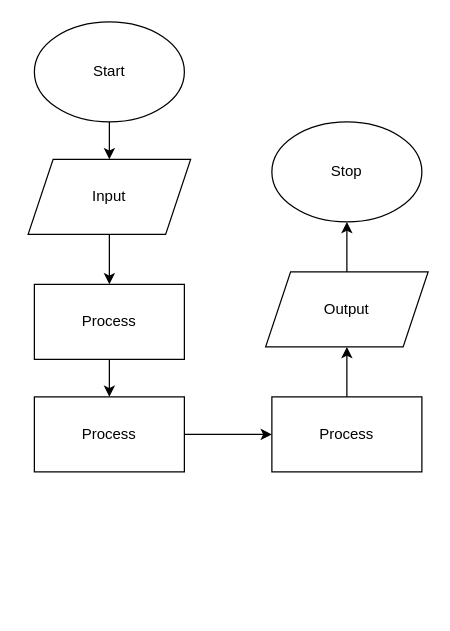
The draw.io diagram flowchart.drawio in Aleksandr-Ten/ICS3U-Assignment-2-Python, before the edit. Source tidied: cells renumbered, new cells numbered last; positions are measured from the earlier drawing's top-left corner, leaving out a move shared by most shapes. Both pictures are drawn from the tidied source at 125%, with x=0, y=0 at pixel (28, 21).
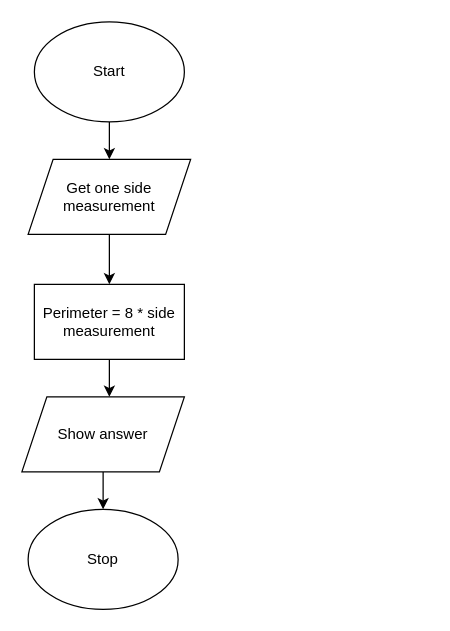
Above is the later version.

Change to the diagram source:
```diff
@@
 <mxGraphModel>
   <root>
     <mxCell id="0" />
     <mxCell id="1" parent="0" />
     <mxCell id="2" style="edgeStyle=none;html=1;exitX=0.5;exitY=1;exitDx=0;exitDy=0;" parent="1" edge="1" source="3" target="5">
       <mxGeometry relative="1" as="geometry" />
     </mxCell>
     <mxCell id="3" value="Start" style="ellipse;whiteSpace=wrap;html=1;" parent="1" vertex="1">
       <mxGeometry x="5" width="120" height="80" as="geometry" />
     </mxCell>
     <mxCell id="4" style="edgeStyle=none;html=1;exitX=0.5;exitY=1;exitDx=0;exitDy=0;entryX=0.5;entryY=0;entryDx=0;entryDy=0;" parent="1" edge="1" source="5" target="7">
       <mxGeometry relative="1" as="geometry" />
     </mxCell>
-    <mxCell id="5" value="Input" style="shape=parallelogram;perimeter=parallelogramPerimeter;whiteSpace=wrap;html=1;fixedSize=1;" parent="1" vertex="1">
+    <mxCell id="5" value="Get one side measurement" style="shape=parallelogram;perimeter=parallelogramPerimeter;whiteSpace=wrap;html=1;fixedSize=1;" parent="1" vertex="1">
       <mxGeometry y="110" width="130" height="60" as="geometry" />
     </mxCell>
-    <mxCell id="6" style="edgeStyle=none;html=1;exitX=0.5;exitY=1;exitDx=0;exitDy=0;" parent="1" edge="1" source="7" target="9">
-      <mxGeometry relative="1" as="geometry" />
+    <mxCell id="6" style="edgeStyle=none;html=1;exitX=0.5;exitY=1;exitDx=0;exitDy=0;" parent="1" edge="1" source="7">
+      <mxGeometry relative="1" as="geometry">
+        <mxPoint x="65" y="300" as="targetPoint" />
+      </mxGeometry>
     </mxCell>
-    <mxCell id="7" value="Process" style="rounded=0;whiteSpace=wrap;html=1;" parent="1" vertex="1">
+    <mxCell id="7" value="Perimeter = 8 * side measurement" style="rounded=0;whiteSpace=wrap;html=1;" parent="1" vertex="1">
       <mxGeometry x="5" y="210" width="120" height="60" as="geometry" />
     </mxCell>
-    <mxCell id="8" style="edgeStyle=none;html=1;exitX=1;exitY=0.5;exitDx=0;exitDy=0;entryX=0;entryY=0.5;entryDx=0;entryDy=0;" parent="1" edge="1" source="9" target="11">
-      <mxGeometry relative="1" as="geometry" />
-    </mxCell>
-    <mxCell id="9" value="Process" style="rounded=0;whiteSpace=wrap;html=1;" parent="1" vertex="1">
-      <mxGeometry x="5" y="300" width="120" height="60" as="geometry" />
-    </mxCell>
-    <mxCell id="10" style="edgeStyle=none;html=1;exitX=0.5;exitY=0;exitDx=0;exitDy=0;" parent="1" edge="1" source="11" target="13">
-      <mxGeometry relative="1" as="geometry" />
-    </mxCell>
-    <mxCell id="11" value="Process" style="rounded=0;whiteSpace=wrap;html=1;" parent="1" vertex="1">
-      <mxGeometry x="195" y="300" width="120" height="60" as="geometry" />
-    </mxCell>
-    <mxCell id="12" style="edgeStyle=none;html=1;" parent="1" edge="1" source="13" target="14">
+    <mxCell id="12" style="edgeStyle=none;html=1;exitX=0.5;exitY=1;exitDx=0;exitDy=0;" parent="1" edge="1" source="13" target="14">
       <mxGeometry relative="1" as="geometry" />
     </mxCell>
-    <mxCell id="13" value="Output" style="shape=parallelogram;perimeter=parallelogramPerimeter;whiteSpace=wrap;html=1;fixedSize=1;" parent="1" vertex="1">
-      <mxGeometry x="190" y="200" width="130" height="60" as="geometry" />
+    <mxCell id="13" value="Show answer" style="shape=parallelogram;perimeter=parallelogramPerimeter;whiteSpace=wrap;html=1;fixedSize=1;" parent="1" vertex="1">
+      <mxGeometry x="-5" y="300" width="130" height="60" as="geometry" />
     </mxCell>
     <mxCell id="14" value="Stop" style="ellipse;whiteSpace=wrap;html=1;" parent="1" vertex="1">
-      <mxGeometry x="195" y="80" width="120" height="80" as="geometry" />
+      <mxGeometry y="390" width="120" height="80" as="geometry" />
     </mxCell>
   </root>
 </mxGraphModel>
```
